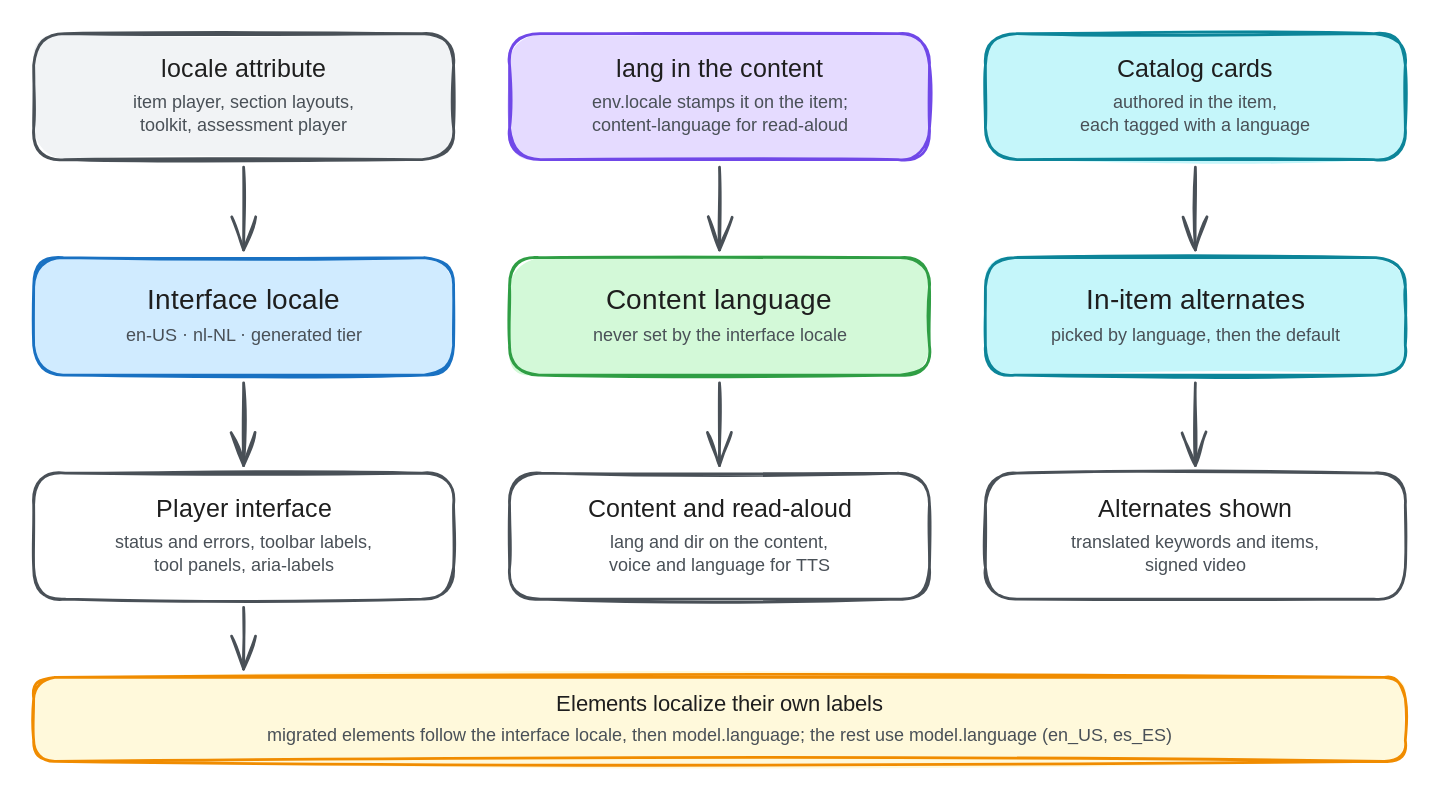
Before: packages/pie-website-app/static/images/diagrams/localization-channels.excalidraw.svg, a diagram exported from Excalidraw (pie-framework/pie-website-ng). Source tidied: one line per element, renumbered; positions are measured from the earlier drawing's top-left corner, leaving out a move shared by most shapes.
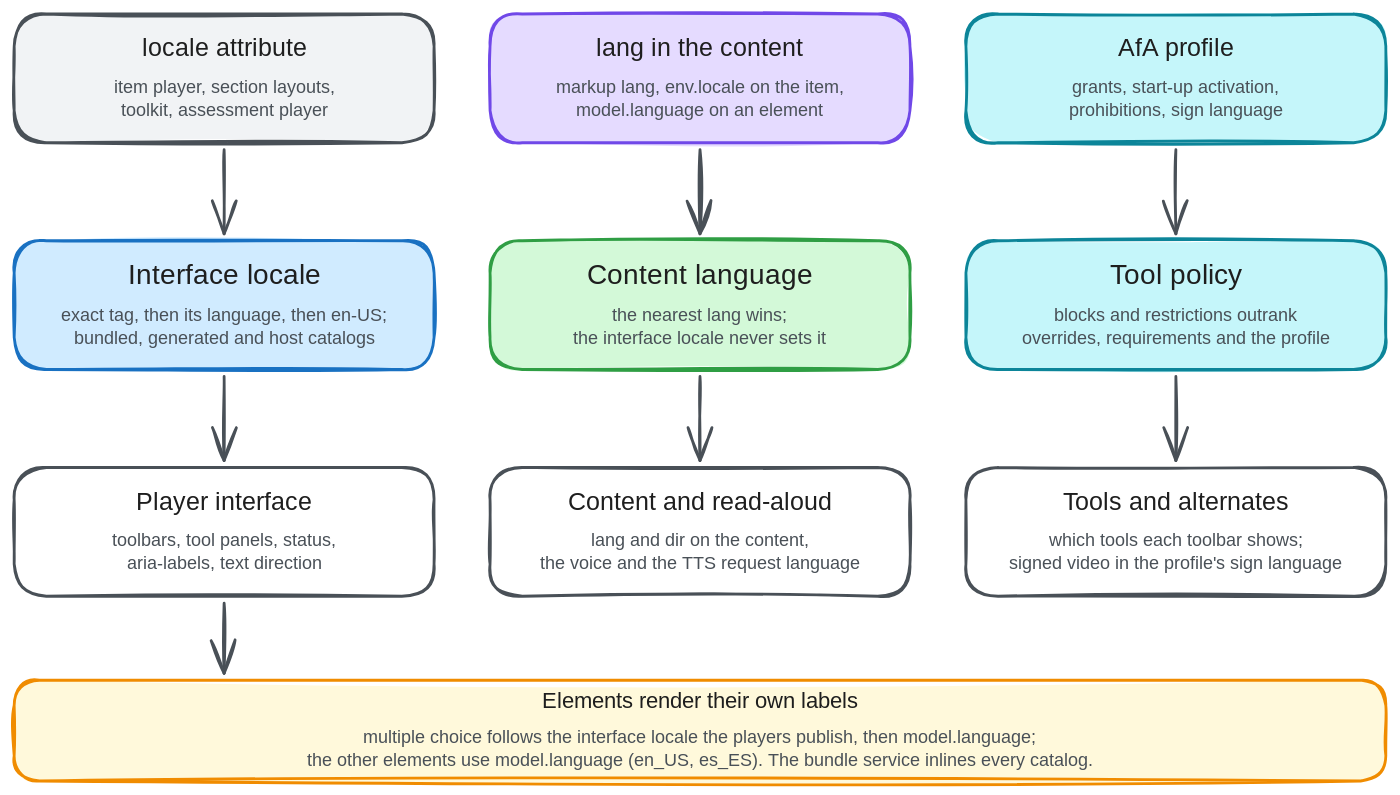
The same diagram one commit later.

Commit message:
docs(localization): lead with an interactive trace of locale, content language and tool policy, next to a live section player

The edit, as a diff of the source:
```diff
@@ -1,37 +1,37 @@
-{"id": 0, "type": "rectangle", "strokeColor": "#495057", "backgroundColor": "#f1f3f5", "fillStyle": "solid", "strokeWidth": 2, "roughness": 1, "round": true, "x": 0, "y": 0, "width": 300, "height": 90}
+{"id": 0, "type": "rectangle", "strokeColor": "#495057", "backgroundColor": "#f1f3f5", "fillStyle": "solid", "strokeWidth": 2, "roughness": 1, "round": true, "x": 0, "y": 0, "width": 300, "height": 92}
-{"id": 1, "type": "text", "text": "locale attribute", "strokeColor": "#1e1e1e", "strokeWidth": 2, "roughness": 1, "fontSize": 18, "fontFamily": 5, "textAlign": "center", "x": 81, "y": 16, "width": 137, "height": 22}
+{"id": 1, "type": "text", "text": "locale attribute", "strokeColor": "#1e1e1e", "strokeWidth": 2, "roughness": 1, "fontSize": 18, "fontFamily": 5, "textAlign": "center", "x": 81, "y": 14, "width": 137, "height": 22}
-{"id": 2, "type": "text", "text": "item player, section layouts,\ntoolkit, assessment player", "strokeColor": "#495057", "strokeWidth": 2, "roughness": 1, "fontSize": 13, "fontFamily": 5, "textAlign": "center", "x": 62, "y": 42, "width": 176, "height": 32}
+{"id": 2, "type": "text", "text": "item player, section layouts,\ntoolkit, assessment player", "strokeColor": "#495057", "strokeWidth": 2, "roughness": 1, "fontSize": 13, "fontFamily": 5, "textAlign": "center", "x": 55, "y": 45, "width": 191, "height": 32}
-{"id": 3, "type": "rectangle", "strokeColor": "#1971c2", "backgroundColor": "#d0ebff", "fillStyle": "solid", "strokeWidth": 2, "roughness": 1, "round": true, "x": 0, "y": 160, "width": 300, "height": 84}
+{"id": 3, "type": "rectangle", "strokeColor": "#1971c2", "backgroundColor": "#d0ebff", "fillStyle": "solid", "strokeWidth": 2, "roughness": 1, "round": true, "x": 0, "y": 162, "width": 300, "height": 92}
-{"id": 4, "type": "text", "text": "Interface locale", "strokeColor": "#1e1e1e", "strokeWidth": 2, "roughness": 1, "fontSize": 20, "fontFamily": 5, "textAlign": "center", "x": 72, "y": 179, "width": 155, "height": 25}
+{"id": 4, "type": "text", "text": "Interface locale", "strokeColor": "#1e1e1e", "strokeWidth": 2, "roughness": 1, "fontSize": 20, "fontFamily": 5, "textAlign": "center", "x": 72, "y": 175, "width": 155, "height": 25}
-{"id": 5, "type": "text", "text": "en-US · nl-NL · generated tier", "strokeColor": "#495057", "strokeWidth": 2, "roughness": 1, "fontSize": 13, "fontFamily": 5, "textAlign": "center", "x": 51, "y": 208, "width": 197, "height": 16}
-{"id": 6, "type": "rectangle", "strokeColor": "#495057", "backgroundColor": "#ffffff", "fillStyle": "solid", "strokeWidth": 2, "roughness": 1, "round": true, "x": 0, "y": 314, "width": 300, "height": 90}
+{"id": 37, "type": "text", "text": "exact tag, then its language, then en-US;\nbundled, generated and host catalogs", "strokeColor": "#495057", "strokeWidth": 2, "roughness": 1, "fontSize": 13, "fontFamily": 5, "textAlign": "center", "x": 15, "y": 208, "width": 269, "height": 32}
+{"id": 38, "type": "rectangle", "strokeColor": "#495057", "backgroundColor": "#ffffff", "fillStyle": "solid", "strokeWidth": 2, "roughness": 1, "round": true, "x": 0, "y": 324, "width": 300, "height": 92}
-{"id": 7, "type": "text", "text": "Player interface", "strokeColor": "#1e1e1e", "strokeWidth": 2, "roughness": 1, "fontSize": 18, "fontFamily": 5, "textAlign": "center", "x": 80, "y": 330, "width": 140, "height": 22}
+{"id": 7, "type": "text", "text": "Player interface", "strokeColor": "#1e1e1e", "strokeWidth": 2, "roughness": 1, "fontSize": 18, "fontFamily": 5, "textAlign": "center", "x": 81, "y": 338, "width": 137, "height": 22}
-{"id": 8, "type": "text", "text": "status and errors, toolbar labels,\ntool panels, aria-labels", "strokeColor": "#495057", "strokeWidth": 2, "roughness": 1, "fontSize": 13, "fontFamily": 5, "textAlign": "center", "x": 44, "y": 356, "width": 211, "height": 32}
-{"id": 9, "type": "rectangle", "strokeColor": "#7048e8", "backgroundColor": "#e5dbff", "fillStyle": "solid", "strokeWidth": 2, "roughness": 1, "round": true, "x": 340, "y": 0, "width": 300, "height": 90}
+{"id": 39, "type": "text", "text": "toolbars, tool panels, status,\naria-labels, text direction", "strokeColor": "#495057", "strokeWidth": 2, "roughness": 1, "fontSize": 13, "fontFamily": 5, "textAlign": "center", "x": 51, "y": 369, "width": 197, "height": 32}
+{"id": 40, "type": "arrow", "strokeColor": "#495057", "strokeWidth": 2, "roughness": 1, "endArrowhead": "arrow", "from": 0, "to": 3, "x": 150, "y": 97, "width": 0, "height": 60, "points": [[0, 0], [0, 60]]}
+{"id": 41, "type": "arrow", "strokeColor": "#495057", "strokeWidth": 2, "roughness": 1, "endArrowhead": "arrow", "from": 3, "to": 38, "x": 150, "y": 259, "width": 0, "height": 60, "points": [[0, 0], [0, 60]]}
+{"id": 42, "type": "rectangle", "strokeColor": "#7048e8", "backgroundColor": "#e5dbff", "fillStyle": "solid", "strokeWidth": 2, "roughness": 1, "round": true, "x": 340, "y": 0, "width": 300, "height": 92}
-{"id": 10, "type": "text", "text": "lang in the content", "strokeColor": "#1e1e1e", "strokeWidth": 2, "roughness": 1, "fontSize": 18, "fontFamily": 5, "textAlign": "center", "x": 406, "y": 16, "width": 168, "height": 22}
+{"id": 10, "type": "text", "text": "lang in the content", "strokeColor": "#1e1e1e", "strokeWidth": 2, "roughness": 1, "fontSize": 18, "fontFamily": 5, "textAlign": "center", "x": 409, "y": 14, "width": 163, "height": 22}
-{"id": 11, "type": "text", "text": "env.locale stamps it on the item;\ncontent-language for read-aloud", "strokeColor": "#495057", "strokeWidth": 2, "roughness": 1, "fontSize": 13, "fontFamily": 5, "textAlign": "center", "x": 382, "y": 42, "width": 217, "height": 32}
-{"id": 12, "type": "rectangle", "strokeColor": "#2f9e44", "backgroundColor": "#d3f9d8", "fillStyle": "solid", "strokeWidth": 2, "roughness": 1, "round": true, "x": 340, "y": 160, "width": 300, "height": 84}
+{"id": 43, "type": "text", "text": "markup lang, env.locale on the item,\nmodel.language on an element", "strokeColor": "#495057", "strokeWidth": 2, "roughness": 1, "fontSize": 13, "fontFamily": 5, "textAlign": "center", "x": 372, "y": 45, "width": 237, "height": 32}
+{"id": 44, "type": "rectangle", "strokeColor": "#2f9e44", "backgroundColor": "#d3f9d8", "fillStyle": "solid", "strokeWidth": 2, "roughness": 1, "round": true, "x": 340, "y": 162, "width": 300, "height": 92}
-{"id": 13, "type": "text", "text": "Content language", "strokeColor": "#1e1e1e", "strokeWidth": 2, "roughness": 1, "fontSize": 20, "fontFamily": 5, "textAlign": "center", "x": 406, "y": 179, "width": 168, "height": 25}
+{"id": 13, "type": "text", "text": "Content language", "strokeColor": "#1e1e1e", "strokeWidth": 2, "roughness": 1, "fontSize": 20, "fontFamily": 5, "textAlign": "center", "x": 412, "y": 175, "width": 155, "height": 25}
-{"id": 14, "type": "text", "text": "never set by the interface locale", "strokeColor": "#495057", "strokeWidth": 2, "roughness": 1, "fontSize": 13, "fontFamily": 5, "textAlign": "center", "x": 382, "y": 208, "width": 217, "height": 16}
-{"id": 15, "type": "rectangle", "strokeColor": "#495057", "backgroundColor": "#ffffff", "fillStyle": "solid", "strokeWidth": 2, "roughness": 1, "round": true, "x": 340, "y": 314, "width": 300, "height": 90}
+{"id": 45, "type": "text", "text": "the nearest lang wins;\nthe interface locale never sets it", "strokeColor": "#495057", "strokeWidth": 2, "roughness": 1, "fontSize": 13, "fontFamily": 5, "textAlign": "center", "x": 378, "y": 208, "width": 223, "height": 32}
+{"id": 46, "type": "rectangle", "strokeColor": "#495057", "backgroundColor": "#ffffff", "fillStyle": "solid", "strokeWidth": 2, "roughness": 1, "round": true, "x": 340, "y": 324, "width": 300, "height": 92}
-{"id": 16, "type": "text", "text": "Content and read-aloud", "strokeColor": "#1e1e1e", "strokeWidth": 2, "roughness": 1, "fontSize": 18, "fontFamily": 5, "textAlign": "center", "x": 391, "y": 330, "width": 198, "height": 22}
+{"id": 16, "type": "text", "text": "Content and read-aloud", "strokeColor": "#1e1e1e", "strokeWidth": 2, "roughness": 1, "fontSize": 18, "fontFamily": 5, "textAlign": "center", "x": 396, "y": 338, "width": 189, "height": 22}
-{"id": 17, "type": "text", "text": "lang and dir on the content,\nvoice and language for TTS", "strokeColor": "#495057", "strokeWidth": 2, "roughness": 1, "fontSize": 13, "fontFamily": 5, "textAlign": "center", "x": 398, "y": 356, "width": 184, "height": 32}
-{"id": 18, "type": "rectangle", "strokeColor": "#0c8599", "backgroundColor": "#c5f6fa", "fillStyle": "solid", "strokeWidth": 2, "roughness": 1, "round": true, "x": 680, "y": 0, "width": 300, "height": 90}
-{"id": 19, "type": "text", "text": "Catalog cards", "strokeColor": "#1e1e1e", "strokeWidth": 2, "roughness": 1, "fontSize": 18, "fontFamily": 5, "textAlign": "center", "x": 769, "y": 16, "width": 122, "height": 22}
-{"id": 20, "type": "text", "text": "authored in the item,\neach tagged with a language", "strokeColor": "#495057", "strokeWidth": 2, "roughness": 1, "fontSize": 13, "fontFamily": 5, "textAlign": "center", "x": 740, "y": 42, "width": 181, "height": 32}
-{"id": 21, "type": "rectangle", "strokeColor": "#0c8599", "backgroundColor": "#c5f6fa", "fillStyle": "solid", "strokeWidth": 2, "roughness": 1, "round": true, "x": 680, "y": 160, "width": 300, "height": 84}
-{"id": 22, "type": "text", "text": "In-item alternates", "strokeColor": "#1e1e1e", "strokeWidth": 2, "roughness": 1, "fontSize": 20, "fontFamily": 5, "textAlign": "center", "x": 741, "y": 179, "width": 178, "height": 25}
-{"id": 23, "type": "text", "text": "picked by language, then the default", "strokeColor": "#495057", "strokeWidth": 2, "roughness": 1, "fontSize": 13, "fontFamily": 5, "textAlign": "center", "x": 712, "y": 208, "width": 237, "height": 16}
-{"id": 24, "type": "rectangle", "strokeColor": "#495057", "backgroundColor": "#ffffff", "fillStyle": "solid", "strokeWidth": 2, "roughness": 1, "round": true, "x": 680, "y": 314, "width": 300, "height": 90}
-{"id": 25, "type": "text", "text": "Alternates shown", "strokeColor": "#1e1e1e", "strokeWidth": 2, "roughness": 1, "fontSize": 18, "fontFamily": 5, "textAlign": "center", "x": 754, "y": 330, "width": 152, "height": 22}
-{"id": 26, "type": "text", "text": "translated keywords and items,\nsigned video", "strokeColor": "#495057", "strokeWidth": 2, "roughness": 1, "fontSize": 13, "fontFamily": 5, "textAlign": "center", "x": 731, "y": 356, "width": 198, "height": 32}
+{"id": 47, "type": "text", "text": "lang and dir on the content,\nthe voice and the TTS request language", "strokeColor": "#495057", "strokeWidth": 2, "roughness": 1, "fontSize": 13, "fontFamily": 5, "textAlign": "center", "x": 365, "y": 369, "width": 250, "height": 32}
+{"id": 48, "type": "arrow", "strokeColor": "#495057", "strokeWidth": 2, "roughness": 1, "endArrowhead": "arrow", "from": 42, "to": 44, "x": 490, "y": 97, "width": 0, "height": 60, "points": [[0, 0], [0, 60]]}
+{"id": 49, "type": "arrow", "strokeColor": "#495057", "strokeWidth": 2, "roughness": 1, "endArrowhead": "arrow", "from": 44, "to": 46, "x": 490, "y": 259, "width": 0, "height": 60, "points": [[0, 0], [0, 60]]}
+{"id": 50, "type": "rectangle", "strokeColor": "#0c8599", "backgroundColor": "#c5f6fa", "fillStyle": "solid", "strokeWidth": 2, "roughness": 1, "round": true, "x": 680, "y": 0, "width": 300, "height": 92}
+{"id": 51, "type": "text", "text": "AfA profile", "strokeColor": "#1e1e1e", "strokeWidth": 2, "roughness": 1, "fontSize": 18, "fontFamily": 5, "textAlign": "center", "x": 783, "y": 14, "width": 94, "height": 22}
+{"id": 52, "type": "text", "text": "grants, start-up activation,\nprohibitions, sign language", "strokeColor": "#495057", "strokeWidth": 2, "roughness": 1, "fontSize": 13, "fontFamily": 5, "textAlign": "center", "x": 738, "y": 45, "width": 184, "height": 32}
+{"id": 53, "type": "rectangle", "strokeColor": "#0c8599", "backgroundColor": "#c5f6fa", "fillStyle": "solid", "strokeWidth": 2, "roughness": 1, "round": true, "x": 680, "y": 162, "width": 300, "height": 92}
+{"id": 54, "type": "text", "text": "Tool policy", "strokeColor": "#1e1e1e", "strokeWidth": 2, "roughness": 1, "fontSize": 20, "fontFamily": 5, "textAlign": "center", "x": 777, "y": 175, "width": 107, "height": 25}
+{"id": 55, "type": "text", "text": "blocks and restrictions outrank\noverrides, requirements and the profile", "strokeColor": "#495057", "strokeWidth": 2, "roughness": 1, "fontSize": 13, "fontFamily": 5, "textAlign": "center", "x": 702, "y": 208, "width": 256, "height": 32}
+{"id": 56, "type": "rectangle", "strokeColor": "#495057", "backgroundColor": "#ffffff", "fillStyle": "solid", "strokeWidth": 2, "roughness": 1, "round": true, "x": 680, "y": 324, "width": 300, "height": 92}
+{"id": 57, "type": "text", "text": "Tools and alternates", "strokeColor": "#1e1e1e", "strokeWidth": 2, "roughness": 1, "fontSize": 18, "fontFamily": 5, "textAlign": "center", "x": 744, "y": 338, "width": 171, "height": 22}
+{"id": 58, "type": "text", "text": "which tools each toolbar shows;\nsigned video in the profile's sign language", "strokeColor": "#495057", "strokeWidth": 2, "roughness": 1, "fontSize": 13, "fontFamily": 5, "textAlign": "center", "x": 689, "y": 369, "width": 283, "height": 32}
+{"id": 59, "type": "arrow", "strokeColor": "#495057", "strokeWidth": 2, "roughness": 1, "endArrowhead": "arrow", "from": 50, "to": 53, "x": 830, "y": 97, "width": 0, "height": 60, "points": [[0, 0], [0, 60]]}
+{"id": 60, "type": "arrow", "strokeColor": "#495057", "strokeWidth": 2, "roughness": 1, "endArrowhead": "arrow", "from": 53, "to": 56, "x": 830, "y": 259, "width": 0, "height": 60, "points": [[0, 0], [0, 60]]}
-{"id": 27, "type": "rectangle", "strokeColor": "#f08c00", "backgroundColor": "#fff9db", "fillStyle": "solid", "strokeWidth": 2, "roughness": 1, "round": true, "x": 0, "y": 460, "width": 980, "height": 60}
+{"id": 27, "type": "rectangle", "strokeColor": "#f08c00", "backgroundColor": "#fff9db", "fillStyle": "solid", "strokeWidth": 2, "roughness": 1, "round": true, "x": 0, "y": 476, "width": 980, "height": 72}
-{"id": 28, "type": "text", "text": "Elements localize their own labels", "strokeColor": "#1e1e1e", "strokeWidth": 2, "roughness": 1, "fontSize": 16, "fontFamily": 5, "textAlign": "center", "x": 358, "y": 470, "width": 263, "height": 20}
-{"id": 29, "type": "text", "text": "migrated elements follow the interface locale, then model.language; the rest use model.language (en_US, es_ES)", "strokeColor": "#495057", "strokeWidth": 2, "roughness": 1, "fontSize": 13, "fontFamily": 5, "textAlign": "center", "x": 129, "y": 494, "width": 723, "height": 16}
-{"id": 30, "type": "arrow", "strokeColor": "#495057", "strokeWidth": 2, "roughness": 1, "endArrowhead": "arrow", "from": 0, "to": 3, "x": 150, "y": 96, "width": 0, "height": 59, "points": [[0, 0], [0, 59]]}
-{"id": 31, "type": "arrow", "strokeColor": "#495057", "strokeWidth": 2, "roughness": 1, "endArrowhead": "arrow", "from": 3, "to": 6, "x": 150, "y": 250, "width": 0, "height": 59, "points": [[0, 0], [0, 59]]}
-{"id": 32, "type": "arrow", "strokeColor": "#495057", "strokeWidth": 2, "roughness": 1, "endArrowhead": "arrow", "from": 9, "to": 12, "x": 490, "y": 96, "width": 0, "height": 59, "points": [[0, 0], [0, 59]]}
-{"id": 33, "type": "arrow", "strokeColor": "#495057", "strokeWidth": 2, "roughness": 1, "endArrowhead": "arrow", "from": 12, "to": 15, "x": 490, "y": 250, "width": 0, "height": 59, "points": [[0, 0], [0, 59]]}
-{"id": 34, "type": "arrow", "strokeColor": "#495057", "strokeWidth": 2, "roughness": 1, "endArrowhead": "arrow", "from": 18, "to": 21, "x": 830, "y": 96, "width": 0, "height": 59, "points": [[0, 0], [0, 59]]}
-{"id": 35, "type": "arrow", "strokeColor": "#495057", "strokeWidth": 2, "roughness": 1, "endArrowhead": "arrow", "from": 21, "to": 24, "x": 830, "y": 250, "width": 0, "height": 59, "points": [[0, 0], [0, 59]]}
-{"id": 36, "type": "arrow", "strokeColor": "#495057", "strokeWidth": 2, "roughness": 1, "endArrowhead": "arrow", "from": 6, "to": 27, "x": 150, "y": 410, "width": 0, "height": 44, "points": [[0, 0], [0, 44]]}
+{"id": 61, "type": "text", "text": "Elements render their own labels", "strokeColor": "#1e1e1e", "strokeWidth": 2, "roughness": 1, "fontSize": 16, "fontFamily": 5, "textAlign": "center", "x": 366, "y": 482, "width": 248, "height": 20}
+{"id": 62, "type": "text", "text": "multiple choice follows the interface locale the players publish, then model.language;\nthe other elements use model.language (en_US, es_ES). The bundle service inlines every catalog.", "strokeColor": "#495057", "strokeWidth": 2, "roughness": 1, "fontSize": 13, "fontFamily": 5, "textAlign": "center", "x": 178, "y": 510, "width": 624, "height": 32}
+{"id": 63, "type": "arrow", "strokeColor": "#495057", "strokeWidth": 2, "roughness": 1, "endArrowhead": "arrow", "from": 38, "to": 27, "x": 150, "y": 421, "width": 0, "height": 50, "points": [[0, 0], [0, 50]]}
```
